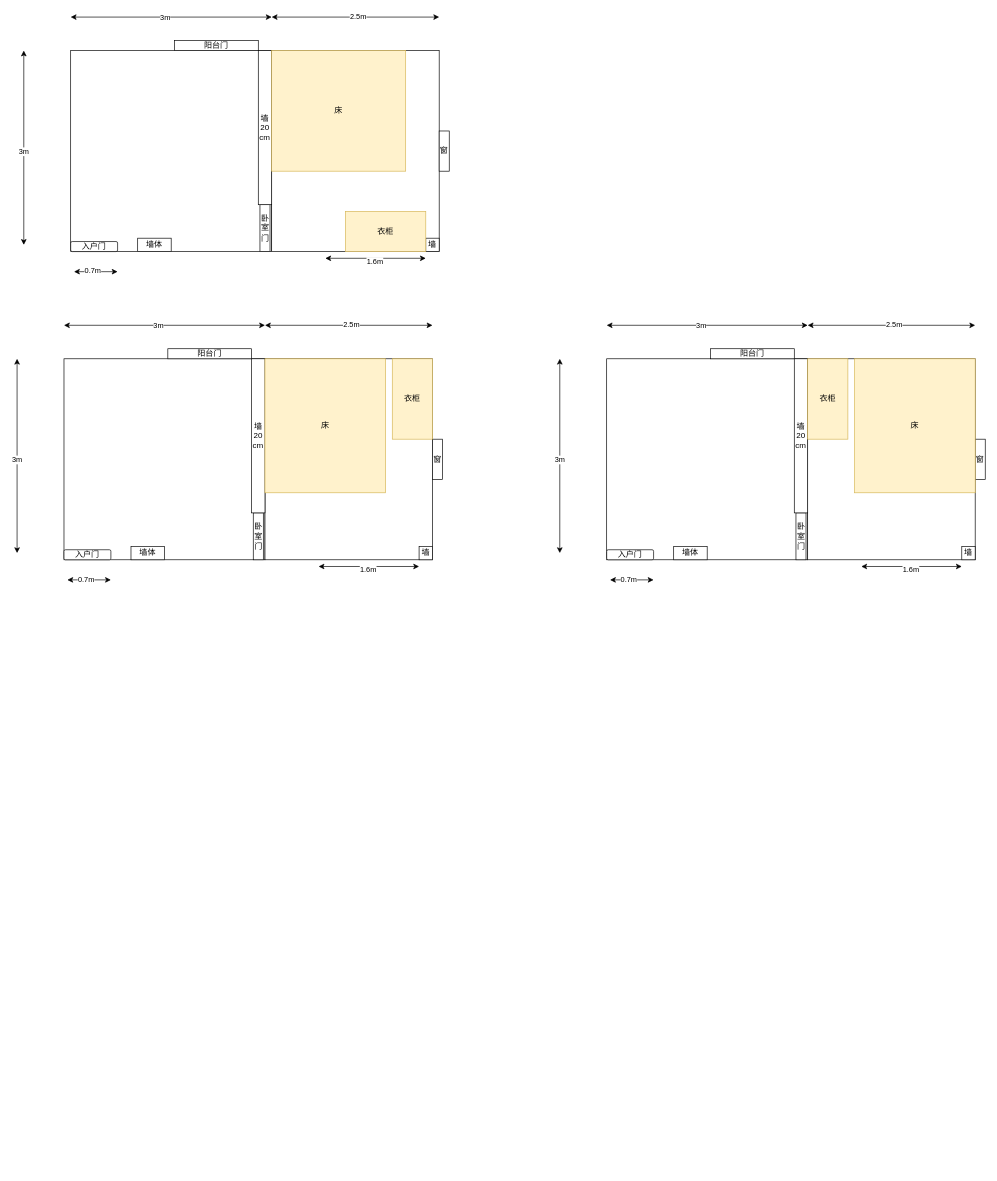
Above: 户型图.drawio in rzj0506/draw (draw.io), before the change. Source tidied: cells renumbered, new cells numbered last; positions are measured from the earlier drawing's top-left corner, leaving out a move shared by most shapes. Both pictures are drawn from the tidied source at 67%, with x=0, y=0 at pixel (17, 17).
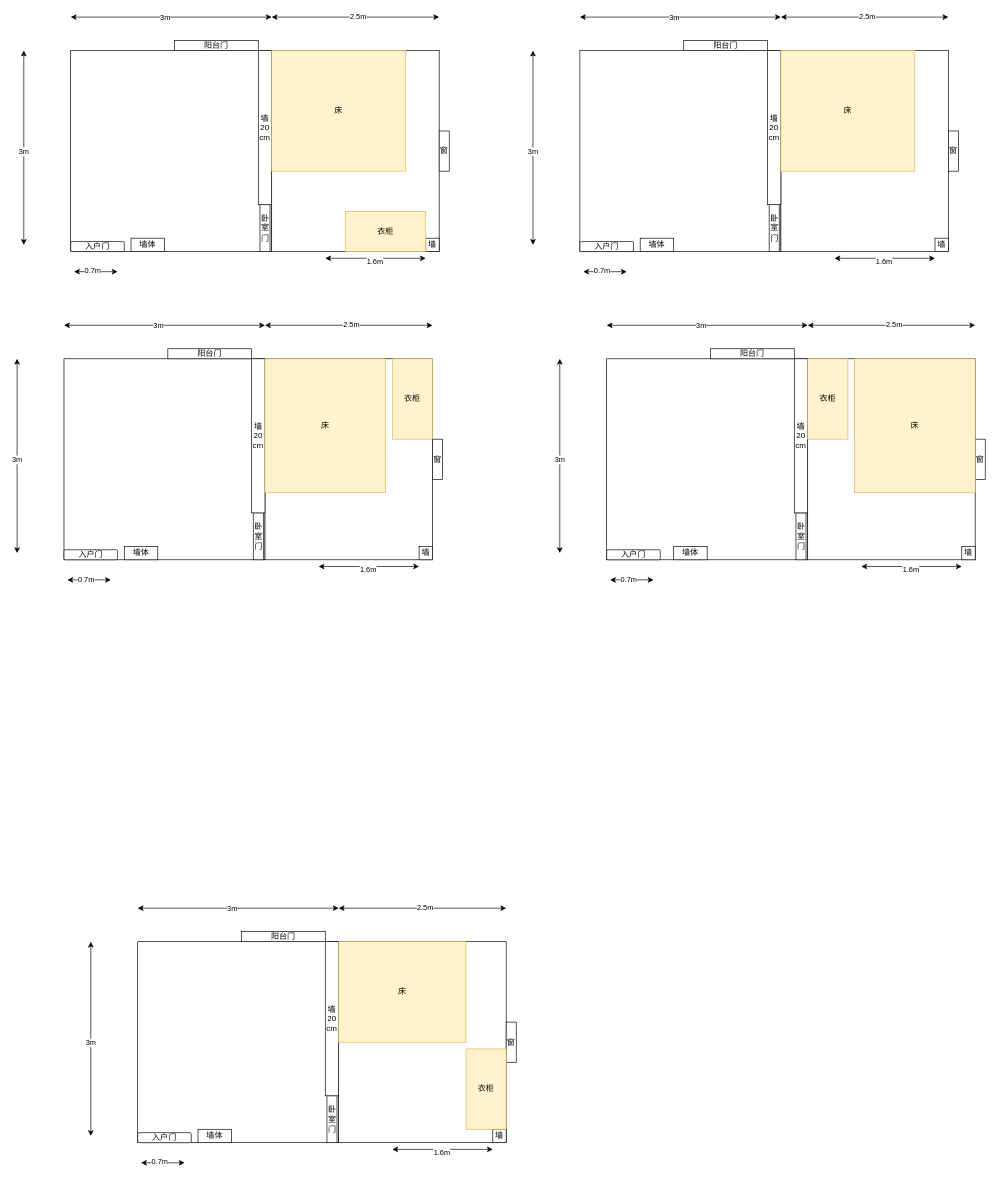
The same diagram, later.

Commit message:
更新户型图.drawio

The edit, as a diff of the source:
```diff
@@
     <mxCell id="4" value="入户门" style="rounded=1;whiteSpace=wrap;html=1;" parent="1" vertex="1">
-      <mxGeometry x="80" y="335" width="70" height="15" as="geometry" />
+      <mxGeometry x="80" y="335" width="80" height="15" as="geometry" />
     </mxCell>
@@
     <mxCell id="20" value="墙体" style="rounded=0;whiteSpace=wrap;html=1;" parent="1" vertex="1">
-      <mxGeometry x="180" y="330" width="50" height="20" as="geometry" />
+      <mxGeometry x="170" y="330" width="50" height="20" as="geometry" />
     </mxCell>
@@
     <mxCell id="25" value="入户门" style="rounded=1;whiteSpace=wrap;html=1;" parent="1" vertex="1">
-      <mxGeometry x="70" y="795" width="70" height="15" as="geometry" />
+      <mxGeometry x="70" y="795" width="80" height="15" as="geometry" />
     </mxCell>
@@
     <mxCell id="41" value="墙体" style="rounded=0;whiteSpace=wrap;html=1;" parent="1" vertex="1">
-      <mxGeometry x="170" y="790" width="50" height="20" as="geometry" />
+      <mxGeometry x="160" y="790" width="50" height="20" as="geometry" />
     </mxCell>
@@
     <mxCell id="46" value="入户门" style="rounded=1;whiteSpace=wrap;html=1;" parent="1" vertex="1">
-      <mxGeometry x="880" y="795" width="70" height="15" as="geometry" />
+      <mxGeometry x="880" y="795" width="80" height="15" as="geometry" />
     </mxCell>
@@
+    <mxCell id="65" style="rounded=0;whiteSpace=wrap;html=1;" parent="1" vertex="1">
+      <mxGeometry x="840" y="50" width="300" height="300" as="geometry" />
+    </mxCell>
+    <mxCell id="66" style="rounded=0;whiteSpace=wrap;html=1;" parent="1" vertex="1">
+      <mxGeometry x="1140" y="50" width="250" height="300" as="geometry" />
+    </mxCell>
+    <mxCell id="67" value="入户门" style="rounded=1;whiteSpace=wrap;html=1;" parent="1" vertex="1">
+      <mxGeometry x="840" y="335" width="80" height="15" as="geometry" />
+    </mxCell>
+    <mxCell id="68" value="卧室门" style="rounded=0;whiteSpace=wrap;html=1;" parent="1" vertex="1">
+      <mxGeometry x="1122.5" y="280" width="15" height="70" as="geometry" />
+    </mxCell>
+    <mxCell id="69" value="阳台门" style="rounded=0;whiteSpace=wrap;html=1;" parent="1" vertex="1">
+      <mxGeometry x="995" y="35" width="125" height="15" as="geometry" />
+    </mxCell>
+    <mxCell id="70" value="窗" style="rounded=0;whiteSpace=wrap;html=1;" parent="1" vertex="1">
+      <mxGeometry x="1390" y="170" width="15" height="60" as="geometry" />
+    </mxCell>
+    <mxCell id="71" style="endArrow=classic;startArrow=classic;html=1;rounded=0;" parent="1" edge="1">
+      <mxGeometry relative="1" as="geometry">
+        <mxPoint x="770" y="340" as="sourcePoint" />
+        <mxPoint x="770" y="50" as="targetPoint" />
+      </mxGeometry>
+    </mxCell>
+    <mxCell id="72" value="3m" style="edgeLabel;html=1;align=center;verticalAlign=middle;" parent="71" vertex="1">
+      <mxGeometry x="-0.01" y="1" relative="1" as="geometry">
+        <mxPoint y="4" as="offset" />
+      </mxGeometry>
+    </mxCell>
+    <mxCell id="73" style="endArrow=classic;startArrow=classic;html=1;rounded=0;" parent="1" edge="1">
+      <mxGeometry relative="1" as="geometry">
+        <mxPoint x="840" as="sourcePoint" />
+        <mxPoint x="1140" as="targetPoint" />
+      </mxGeometry>
+    </mxCell>
+    <mxCell id="74" value="3m" style="edgeLabel;html=1;align=center;verticalAlign=middle;" parent="73" vertex="1">
+      <mxGeometry x="-0.07" relative="1" as="geometry" />
+    </mxCell>
+    <mxCell id="75" style="endArrow=classic;startArrow=classic;html=1;rounded=0;" parent="1" edge="1">
+      <mxGeometry relative="1" as="geometry">
+        <mxPoint x="1140" as="sourcePoint" />
+        <mxPoint x="1390" as="targetPoint" />
+      </mxGeometry>
+    </mxCell>
+    <mxCell id="76" value="2.5m" style="edgeLabel;html=1;align=center;verticalAlign=middle;" parent="75" vertex="1">
+      <mxGeometry x="0.02" y="2" relative="1" as="geometry" />
+    </mxCell>
+    <mxCell id="77" value="墙&lt;div&gt;20&lt;/div&gt;&lt;div&gt;cm&lt;/div&gt;" style="rounded=0;whiteSpace=wrap;html=1;" parent="1" vertex="1">
+      <mxGeometry x="1120" y="50" width="20" height="230" as="geometry" />
+    </mxCell>
+    <mxCell id="78" style="endArrow=classic;startArrow=classic;html=1;rounded=0;" parent="1" edge="1">
+      <mxGeometry relative="1" as="geometry">
+        <mxPoint x="1220" y="360" as="sourcePoint" />
+        <mxPoint x="1370" y="360" as="targetPoint" />
+      </mxGeometry>
+    </mxCell>
+    <mxCell id="79" value="1.6m" style="edgeLabel;html=1;align=center;verticalAlign=middle;" parent="78" vertex="1">
+      <mxGeometry x="-0.03" y="-4" relative="1" as="geometry" />
+    </mxCell>
+    <mxCell id="80" value="墙" style="rounded=0;whiteSpace=wrap;html=1;" parent="1" vertex="1">
+      <mxGeometry x="1370" y="330" width="20" height="20" as="geometry" />
+    </mxCell>
+    <mxCell id="81" style="endArrow=classic;startArrow=classic;html=1;rounded=0;" parent="1" edge="1">
+      <mxGeometry relative="1" as="geometry">
+        <mxPoint x="845" y="380" as="sourcePoint" />
+        <mxPoint x="910" y="380" as="targetPoint" />
+      </mxGeometry>
+    </mxCell>
+    <mxCell id="82" value="0.7m" style="edgeLabel;html=1;align=center;verticalAlign=middle;" parent="81" vertex="1">
+      <mxGeometry x="0.07" y="2" relative="1" as="geometry">
+        <mxPoint x="-8" as="offset" />
+      </mxGeometry>
+    </mxCell>
+    <mxCell id="83" value="墙体" style="rounded=0;whiteSpace=wrap;html=1;" parent="1" vertex="1">
+      <mxGeometry x="930" y="330" width="50" height="20" as="geometry" />
+    </mxCell>
+    <mxCell id="84" value="床" style="rounded=0;whiteSpace=wrap;html=1;fillColor=#fff2cc;strokeColor=#d6b656;" parent="1" vertex="1">
+      <mxGeometry x="1140" y="50" width="200" height="180" as="geometry" />
+    </mxCell>
+    <mxCell id="85" style="rounded=0;whiteSpace=wrap;html=1;" parent="1" vertex="1">
+      <mxGeometry x="180" y="1380" width="300" height="300" as="geometry" />
+    </mxCell>
+    <mxCell id="86" style="rounded=0;whiteSpace=wrap;html=1;" parent="1" vertex="1">
+      <mxGeometry x="480" y="1380" width="250" height="300" as="geometry" />
+    </mxCell>
+    <mxCell id="87" value="入户门" style="rounded=1;whiteSpace=wrap;html=1;" parent="1" vertex="1">
+      <mxGeometry x="180" y="1665" width="80" height="15" as="geometry" />
+    </mxCell>
+    <mxCell id="88" value="卧室门" style="rounded=0;whiteSpace=wrap;html=1;" parent="1" vertex="1">
+      <mxGeometry x="462.5" y="1610" width="15" height="70" as="geometry" />
+    </mxCell>
+    <mxCell id="89" value="阳台门" style="rounded=0;whiteSpace=wrap;html=1;" parent="1" vertex="1">
+      <mxGeometry x="335" y="1365" width="125" height="15" as="geometry" />
+    </mxCell>
+    <mxCell id="90" value="窗" style="rounded=0;whiteSpace=wrap;html=1;" parent="1" vertex="1">
+      <mxGeometry x="730" y="1500" width="15" height="60" as="geometry" />
+    </mxCell>
+    <mxCell id="91" style="endArrow=classic;startArrow=classic;html=1;rounded=0;" parent="1" edge="1">
+      <mxGeometry relative="1" as="geometry">
+        <mxPoint x="110" y="1670" as="sourcePoint" />
+        <mxPoint x="110" y="1380" as="targetPoint" />
+      </mxGeometry>
+    </mxCell>
+    <mxCell id="92" value="3m" style="edgeLabel;html=1;align=center;verticalAlign=middle;" parent="91" vertex="1">
+      <mxGeometry x="-0.01" y="1" relative="1" as="geometry">
+        <mxPoint y="4" as="offset" />
+      </mxGeometry>
+    </mxCell>
+    <mxCell id="93" style="endArrow=classic;startArrow=classic;html=1;rounded=0;" parent="1" edge="1">
+      <mxGeometry relative="1" as="geometry">
+        <mxPoint x="180" y="1330" as="sourcePoint" />
+        <mxPoint x="480" y="1330" as="targetPoint" />
+      </mxGeometry>
+    </mxCell>
+    <mxCell id="94" value="3m" style="edgeLabel;html=1;align=center;verticalAlign=middle;" parent="93" vertex="1">
+      <mxGeometry x="-0.07" relative="1" as="geometry" />
+    </mxCell>
+    <mxCell id="95" style="endArrow=classic;startArrow=classic;html=1;rounded=0;" parent="1" edge="1">
+      <mxGeometry relative="1" as="geometry">
+        <mxPoint x="480" y="1330" as="sourcePoint" />
+        <mxPoint x="730" y="1330" as="targetPoint" />
+      </mxGeometry>
+    </mxCell>
+    <mxCell id="96" value="2.5m" style="edgeLabel;html=1;align=center;verticalAlign=middle;" parent="95" vertex="1">
+      <mxGeometry x="0.02" y="2" relative="1" as="geometry" />
+    </mxCell>
+    <mxCell id="97" value="墙&lt;div&gt;20&lt;/div&gt;&lt;div&gt;cm&lt;/div&gt;" style="rounded=0;whiteSpace=wrap;html=1;" parent="1" vertex="1">
+      <mxGeometry x="460" y="1380" width="20" height="230" as="geometry" />
+    </mxCell>
+    <mxCell id="98" style="endArrow=classic;startArrow=classic;html=1;rounded=0;" parent="1" edge="1">
+      <mxGeometry relative="1" as="geometry">
+        <mxPoint x="560" y="1690" as="sourcePoint" />
+        <mxPoint x="710" y="1690" as="targetPoint" />
+      </mxGeometry>
+    </mxCell>
+    <mxCell id="99" value="1.6m" style="edgeLabel;html=1;align=center;verticalAlign=middle;" parent="98" vertex="1">
+      <mxGeometry x="-0.03" y="-4" relative="1" as="geometry" />
+    </mxCell>
+    <mxCell id="100" value="墙" style="rounded=0;whiteSpace=wrap;html=1;" parent="1" vertex="1">
+      <mxGeometry x="710" y="1660" width="20" height="20" as="geometry" />
+    </mxCell>
+    <mxCell id="101" style="endArrow=classic;startArrow=classic;html=1;rounded=0;" parent="1" edge="1">
+      <mxGeometry relative="1" as="geometry">
+        <mxPoint x="185" y="1710" as="sourcePoint" />
+        <mxPoint x="250" y="1710" as="targetPoint" />
+      </mxGeometry>
+    </mxCell>
+    <mxCell id="102" value="0.7m" style="edgeLabel;html=1;align=center;verticalAlign=middle;" parent="101" vertex="1">
+      <mxGeometry x="0.07" y="2" relative="1" as="geometry">
+        <mxPoint x="-8" as="offset" />
+      </mxGeometry>
+    </mxCell>
+    <mxCell id="103" value="墙体" style="rounded=0;whiteSpace=wrap;html=1;" parent="1" vertex="1">
+      <mxGeometry x="270" y="1660" width="50" height="20" as="geometry" />
+    </mxCell>
+    <mxCell id="104" value="床" style="rounded=0;whiteSpace=wrap;html=1;fillColor=#fff2cc;strokeColor=#d6b656;direction=west;" parent="1" vertex="1">
+      <mxGeometry x="480" y="1380" width="190" height="150" as="geometry" />
+    </mxCell>
+    <mxCell id="105" value="衣柜" style="rounded=0;whiteSpace=wrap;html=1;fillColor=#fff2cc;strokeColor=#d6b656;direction=west;" parent="1" vertex="1">
+      <mxGeometry x="670" y="1540" width="60" height="120" as="geometry" />
+    </mxCell>
```
